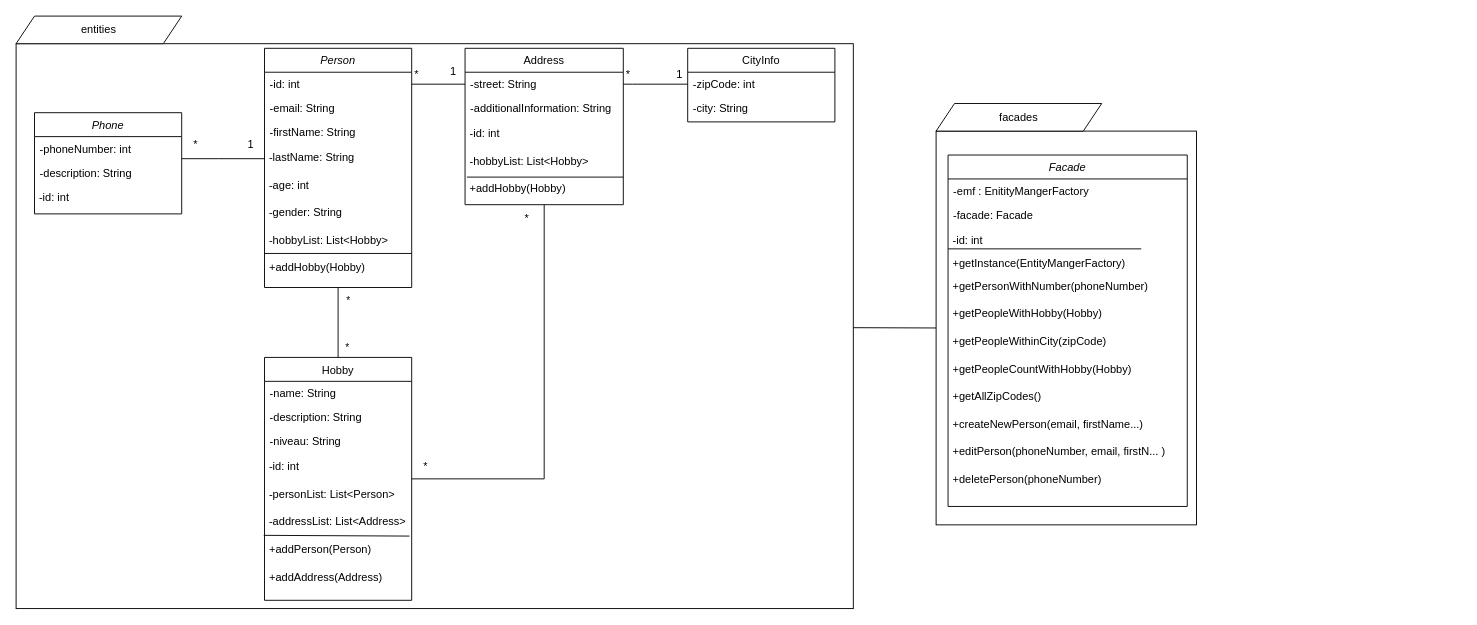
nk11-dat/CA-1 keeps this draw.io diagram as src/main/resources/Klasse_diagram.drawio. Above is the earlier version. Source tidied: cells renumbered, new cells numbered last; positions are measured from the earlier drawing's top-left corner, leaving out a move shared by most shapes. Both pictures are drawn from the tidied source at 92%, with x=0, y=0 at pixel (16, 16).
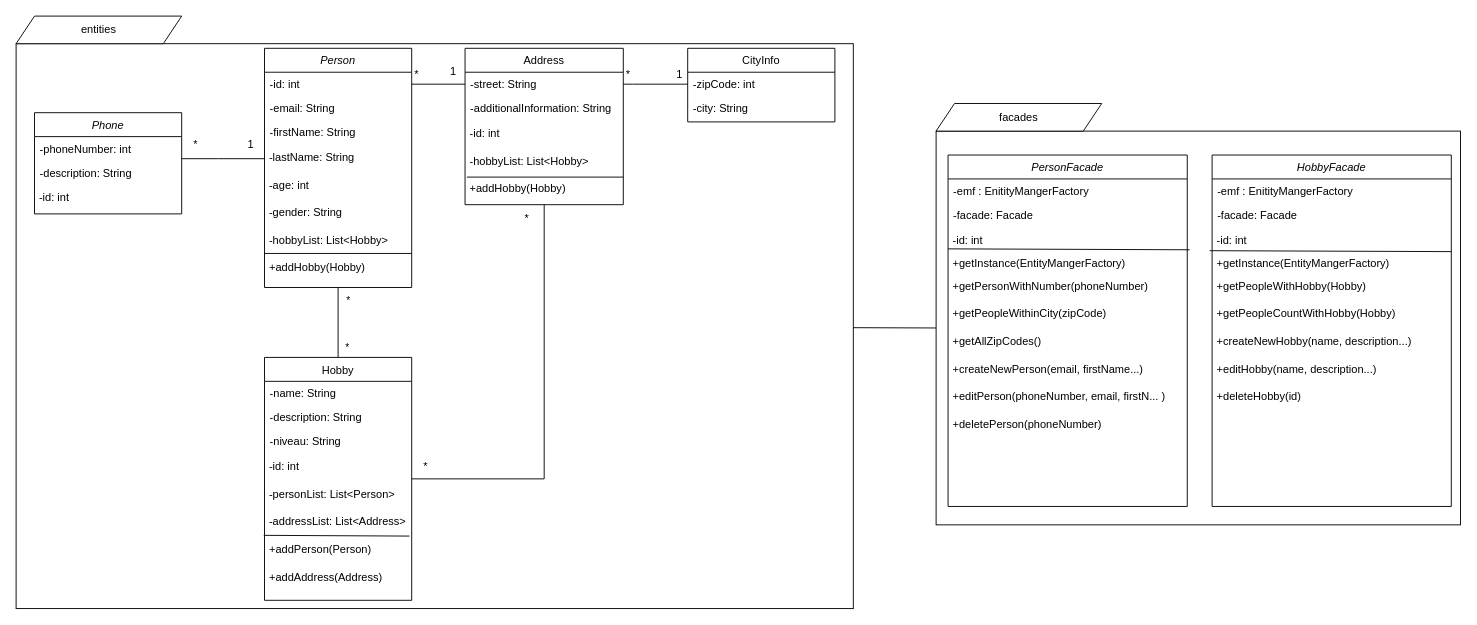
After the change.

Unchanged cells that the change refers to:
```xml
<mxCell id="57" value="&amp;nbsp;+getInstance(EntityMangerFactory)" style="text;html=1;align=left;verticalAlign=middle;points=[];strokeColor=none;fillColor=none;" parent="53" vertex="1">
  <mxGeometry y="108" width="260" height="20" as="geometry" />
</mxCell>
```

Diff of the diagram source:
```diff
@@
     <mxCell id="2" style="rounded=0;whiteSpace=wrap;html=1;" parent="1" vertex="1">
-      <mxGeometry x="1000" y="125" width="283" height="428" as="geometry" />
+      <mxGeometry x="1000" y="125" width="570" height="428" as="geometry" />
     </mxCell>
@@
-    <mxCell id="53" value="Facade" style="swimlane;fontStyle=2;align=center;verticalAlign=top;horizontal=1;startSize=26;rounded=0;shadow=0;strokeWidth=1;" parent="1" vertex="1">
+    <mxCell id="53" value="PersonFacade" style="swimlane;fontStyle=2;align=center;verticalAlign=top;horizontal=1;startSize=26;rounded=0;shadow=0;strokeWidth=1;" parent="1" vertex="1">
       <mxGeometry x="1013" y="151" width="260" height="382" as="geometry" />
     </mxCell>
@@
-    <mxCell id="59" value="&amp;nbsp;+getPeopleWithHobby(Hobby)" style="text;html=1;align=left;verticalAlign=middle;strokeColor=none;fillColor=none;" parent="53" vertex="1">
-      <mxGeometry y="158" width="260" height="30" as="geometry" />
-    </mxCell>
     <mxCell id="60" value="&amp;nbsp;+getPeopleWithinCity(zipCode)" style="text;html=1;align=left;verticalAlign=middle;strokeColor=none;fillColor=none;" parent="53" vertex="1">
-      <mxGeometry y="188" width="260" height="30" as="geometry" />
+      <mxGeometry y="158" width="260" height="30" as="geometry" />
     </mxCell>
-    <mxCell id="61" value="&amp;nbsp;+getPeopleCountWithHobby(Hobby)" style="text;html=1;align=left;verticalAlign=middle;strokeColor=none;fillColor=none;" parent="53" vertex="1">
-      <mxGeometry y="218" width="260" height="30" as="geometry" />
-    </mxCell>
     <mxCell id="62" value="&amp;nbsp;+getAllZipCodes()" style="text;html=1;align=left;verticalAlign=middle;strokeColor=none;fillColor=none;" parent="53" vertex="1">
-      <mxGeometry y="248" width="260" height="30" as="geometry" />
+      <mxGeometry y="188" width="260" height="30" as="geometry" />
     </mxCell>
     <mxCell id="63" value="&amp;nbsp;+createNewPerson(email, firstName...)" style="text;html=1;align=left;verticalAlign=middle;strokeColor=none;fillColor=none;" parent="53" vertex="1">
-      <mxGeometry y="278" width="260" height="30" as="geometry" />
+      <mxGeometry y="218" width="260" height="30" as="geometry" />
     </mxCell>
     <mxCell id="64" value="&amp;nbsp;+editPerson(phoneNumber, email, firstN... )" style="text;html=1;align=left;verticalAlign=middle;strokeColor=none;fillColor=none;" parent="53" vertex="1">
-      <mxGeometry y="308" width="260" height="30" as="geometry" />
+      <mxGeometry y="248" width="260" height="30" as="geometry" />
     </mxCell>
     <mxCell id="65" value="&amp;nbsp;+deletePerson(phoneNumber)" style="text;html=1;align=left;verticalAlign=middle;strokeColor=none;fillColor=none;" parent="53" vertex="1">
-      <mxGeometry y="338" width="260" height="30" as="geometry" />
+      <mxGeometry y="278" width="260" height="30" as="geometry" />
     </mxCell>
@@
+    <mxCell id="69" value="HobbyFacade" style="swimlane;fontStyle=2;align=center;verticalAlign=top;horizontal=1;startSize=26;rounded=0;shadow=0;strokeWidth=1;" parent="1" vertex="1">
+      <mxGeometry x="1300" y="151" width="260" height="382" as="geometry" />
+    </mxCell>
+    <mxCell id="70" value="-emf : EnitityMangerFactory" style="text;align=left;verticalAlign=top;spacingLeft=4;spacingRight=4;overflow=hidden;" parent="69" vertex="1">
+      <mxGeometry y="26" width="260" height="26" as="geometry" />
+    </mxCell>
+    <mxCell id="71" value="-facade: Facade" style="text;align=left;verticalAlign=top;spacingLeft=4;spacingRight=4;overflow=hidden;rounded=0;shadow=0;html=0;" parent="69" vertex="1">
+      <mxGeometry y="52" width="260" height="26" as="geometry" />
+    </mxCell>
+    <mxCell id="72" value="&amp;nbsp;-id: int" style="text;html=1;align=left;verticalAlign=middle;strokeColor=none;fillColor=none;" parent="69" vertex="1">
+      <mxGeometry y="78" width="260" height="30" as="geometry" />
+    </mxCell>
+    <mxCell id="73" style="endArrow=none;html=1;rounded=0;entryX=1.01;entryY=-0.25;entryDx=0;entryDy=0;entryPerimeter=0;" parent="69" edge="1">
+      <mxGeometry relative="1" as="geometry">
+        <mxPoint x="-2.6" y="104" as="sourcePoint" />
+        <mxPoint x="260" y="105" as="targetPoint" />
+      </mxGeometry>
+    </mxCell>
+    <mxCell id="74" value="&amp;nbsp;+getInstance(EntityMangerFactory)" style="text;html=1;align=left;verticalAlign=middle;strokeColor=none;fillColor=none;" parent="69" vertex="1">
+      <mxGeometry y="108" width="260" height="20" as="geometry" />
+    </mxCell>
+    <mxCell id="59" value="&amp;nbsp;+getPeopleWithHobby(Hobby)" style="text;html=1;align=left;verticalAlign=middle;strokeColor=none;fillColor=none;" parent="69" vertex="1">
+      <mxGeometry y="128" width="260" height="30" as="geometry" />
+    </mxCell>
+    <mxCell id="61" value="&amp;nbsp;+getPeopleCountWithHobby(Hobby)" style="text;html=1;align=left;verticalAlign=middle;strokeColor=none;fillColor=none;" parent="69" vertex="1">
+      <mxGeometry y="158" width="260" height="30" as="geometry" />
+    </mxCell>
+    <mxCell id="75" value="&amp;nbsp;+createNewHobby(name, description...)" style="text;html=1;align=left;verticalAlign=middle;strokeColor=none;fillColor=none;" parent="69" vertex="1">
+      <mxGeometry y="188" width="260" height="30" as="geometry" />
+    </mxCell>
+    <mxCell id="76" value="&amp;nbsp;+editHobby(name, description...)" style="text;html=1;align=left;verticalAlign=middle;strokeColor=none;fillColor=none;" parent="69" vertex="1">
+      <mxGeometry y="218" width="260" height="30" as="geometry" />
+    </mxCell>
+    <mxCell id="77" value="&amp;nbsp;+deleteHobby(id)" style="text;html=1;align=left;verticalAlign=middle;strokeColor=none;fillColor=none;" parent="69" vertex="1">
+      <mxGeometry y="248" width="260" height="30" as="geometry" />
+    </mxCell>
-    <mxCell id="68" style="endArrow=none;html=1;rounded=0;" parent="1" edge="1">
+    <mxCell id="68" style="endArrow=none;html=1;rounded=0;entryX=1.01;entryY=-0.25;entryDx=0;entryDy=0;entryPerimeter=0;" parent="1" edge="1" target="57">
       <mxGeometry relative="1" as="geometry">
         <mxPoint x="1013" y="253" as="sourcePoint" />
-        <mxPoint x="1223" y="253" as="targetPoint" />
       </mxGeometry>
     </mxCell>
```
